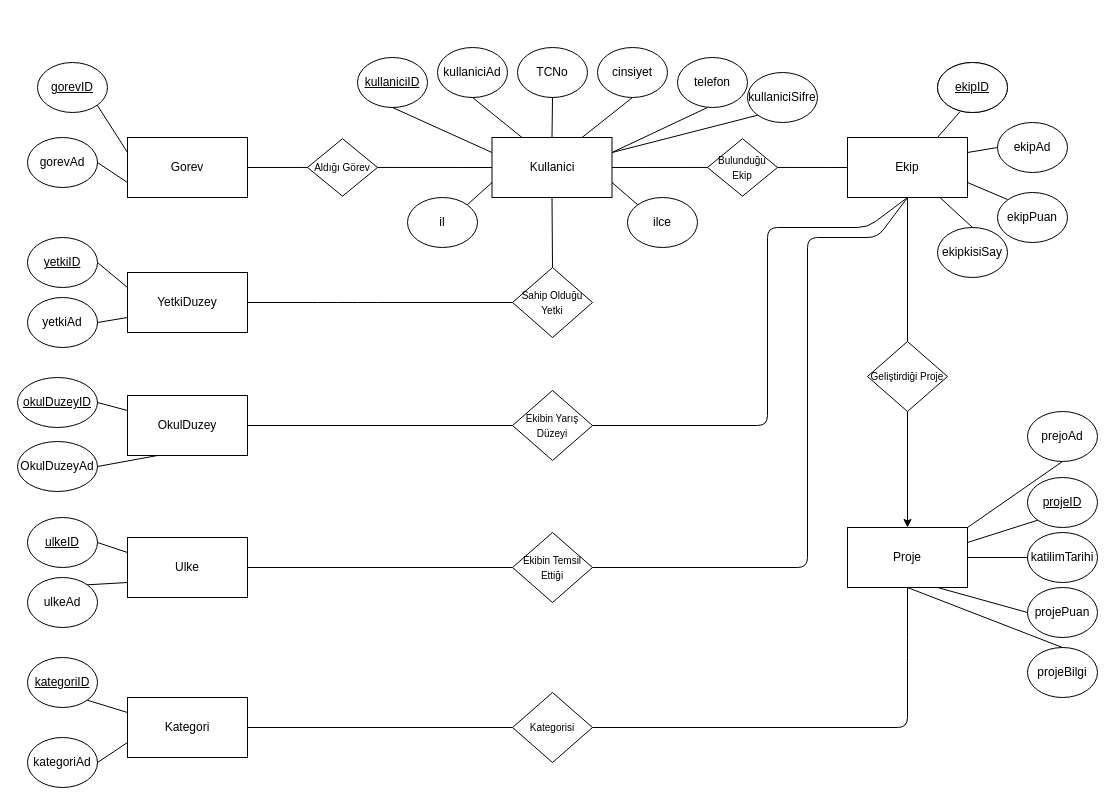
KaganCanSit/TECHNOLIFE keeps this draw.io diagram as Information And Documents/Technolife.drawio. Above is the earlier version. Source tidied: cells renumbered, new cells numbered last; positions are measured from the earlier drawing's top-left corner, leaving out a move shared by most shapes. Both pictures are drawn from the tidied source at 100%, with x=0, y=0 at pixel (17, 47).
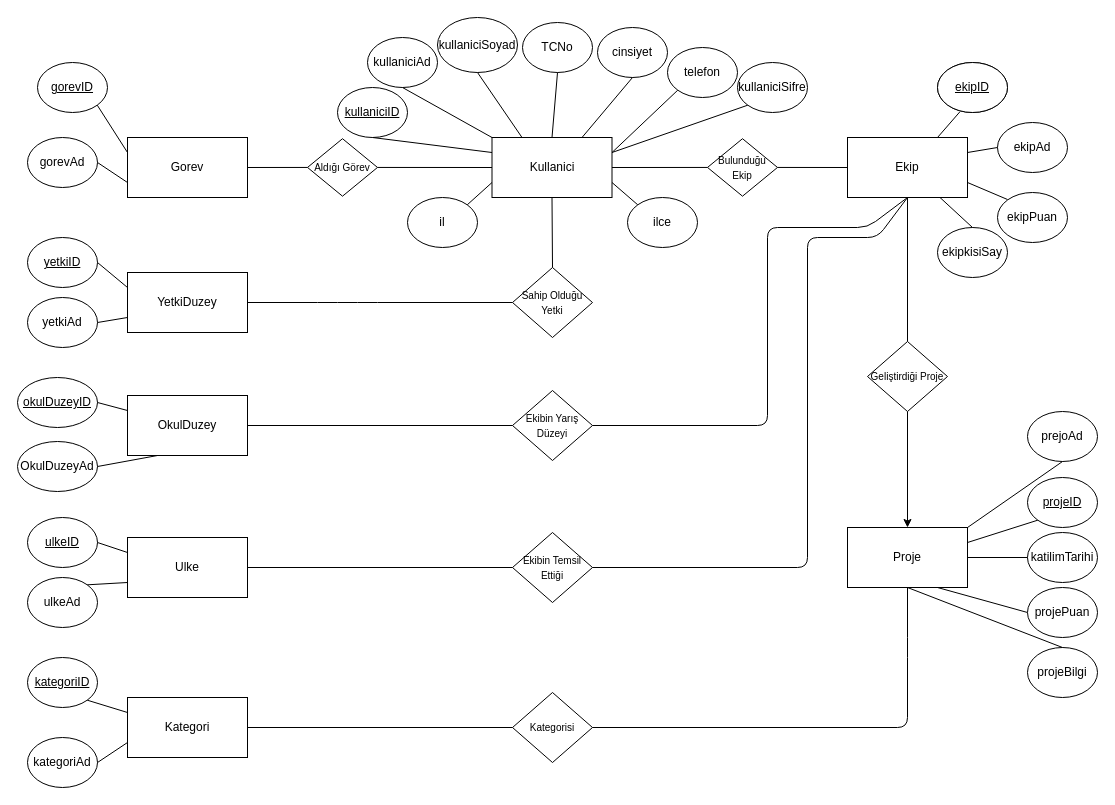
The same page after the edit.

The change refers to these unchanged cells:
```xml
<mxCell id="2" value="Kullanici" style="rounded=0;whiteSpace=wrap;html=1;" parent="1" vertex="1">
  <mxGeometry x="474.5" y="90" width="120" height="60" as="geometry" />
</mxCell>
```

Diff of the diagram source:
```diff
@@
     <mxCell id="28" value="&lt;u&gt;kullaniciID&lt;/u&gt;" style="ellipse;whiteSpace=wrap;html=1;" parent="1" vertex="1">
-      <mxGeometry x="340" y="10" width="70" height="50" as="geometry" />
+      <mxGeometry x="320" y="40" width="70" height="50" as="geometry" />
     </mxCell>
-    <mxCell id="29" value="kullaniciAd" style="ellipse;whiteSpace=wrap;html=1;" parent="1" vertex="1">
-      <mxGeometry x="420" width="70" height="50" as="geometry" />
+    <mxCell id="29" value="kullaniciSoyad" style="ellipse;whiteSpace=wrap;html=1;" parent="1" vertex="1">
+      <mxGeometry x="420" y="-30" width="80" height="55" as="geometry" />
     </mxCell>
     <mxCell id="30" value="TCNo" style="ellipse;whiteSpace=wrap;html=1;" parent="1" vertex="1">
-      <mxGeometry x="500" width="70" height="50" as="geometry" />
+      <mxGeometry x="505" y="-25" width="70" height="50" as="geometry" />
     </mxCell>
     <mxCell id="31" value="cinsiyet" style="ellipse;whiteSpace=wrap;html=1;" parent="1" vertex="1">
-      <mxGeometry x="580" width="70" height="50" as="geometry" />
+      <mxGeometry x="580" y="-20" width="70" height="50" as="geometry" />
     </mxCell>
     <mxCell id="32" value="telefon" style="ellipse;whiteSpace=wrap;html=1;" parent="1" vertex="1">
-      <mxGeometry x="660" y="10" width="70" height="50" as="geometry" />
+      <mxGeometry x="650" width="70" height="50" as="geometry" />
     </mxCell>
@@
-    <mxCell id="46" style="endArrow=none;html=1;exitX=1;exitY=0.25;exitDx=0;exitDy=0;" parent="1" edge="1" source="2">
-      <mxGeometry relative="1" as="geometry">
-        <mxPoint x="690" y="60" as="targetPoint" />
-      </mxGeometry>
+    <mxCell id="46" style="endArrow=none;html=1;exitX=1;exitY=0.25;exitDx=0;exitDy=0;entryX=0;entryY=1;entryDx=0;entryDy=0;" parent="1" edge="1" source="2" target="32">
+      <mxGeometry relative="1" as="geometry" />
     </mxCell>
@@
     <mxCell id="84" value="kullaniciSifre" style="ellipse;whiteSpace=wrap;html=1;" parent="1" vertex="1">
-      <mxGeometry x="730" y="25" width="70" height="50" as="geometry" />
+      <mxGeometry x="720" y="15" width="70" height="50" as="geometry" />
     </mxCell>
@@
+    <mxCell id="86" value="kullaniciAd" style="ellipse;whiteSpace=wrap;html=1;" parent="1" vertex="1">
+      <mxGeometry x="350" y="-10" width="70" height="50" as="geometry" />
+    </mxCell>
+    <mxCell id="87" style="endArrow=none;html=1;entryX=0.5;entryY=1;entryDx=0;entryDy=0;exitX=0;exitY=0;exitDx=0;exitDy=0;" parent="1" edge="1" source="2" target="86">
+      <mxGeometry relative="1" as="geometry" />
+    </mxCell>
+    <mxCell id="88" style="edgeStyle=orthogonalEdgeStyle;rounded=0;orthogonalLoop=1;jettySize=auto;html=1;exitX=0.5;exitY=1;exitDx=0;exitDy=0;" parent="1" edge="1" source="31" target="31">
+      <mxGeometry relative="1" as="geometry" />
+    </mxCell>
```
